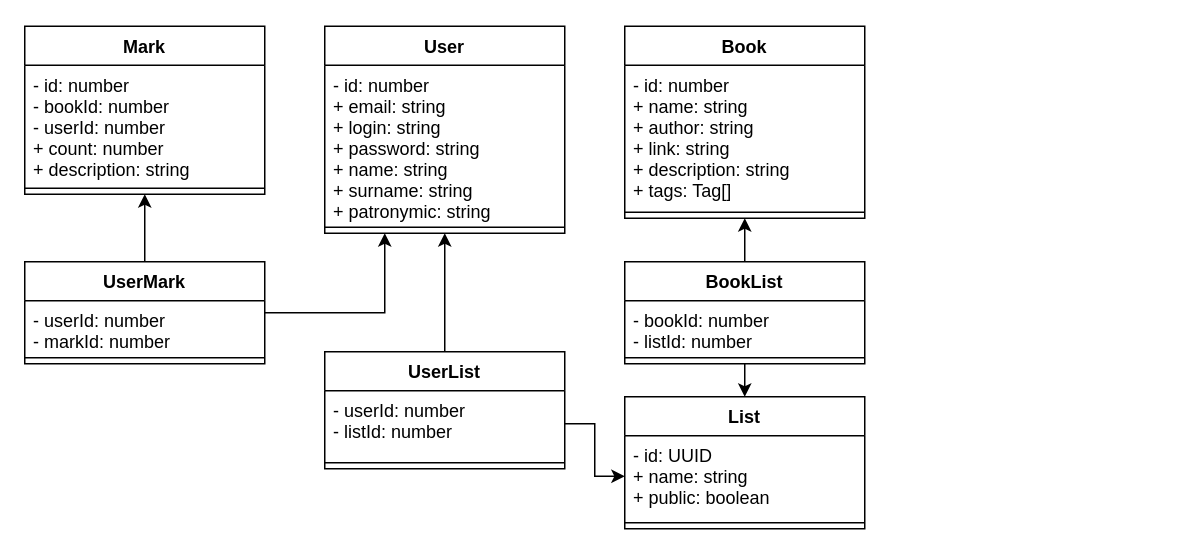
Above: classes.drawio in EugeneMalin/bookme (draw.io), before the change. Source tidied: cells renumbered, new cells numbered last; positions are measured from the earlier drawing's top-left corner, leaving out a move shared by most shapes. Both pictures are drawn from the tidied source at 150%, with x=0, y=0 at pixel (24, 26).
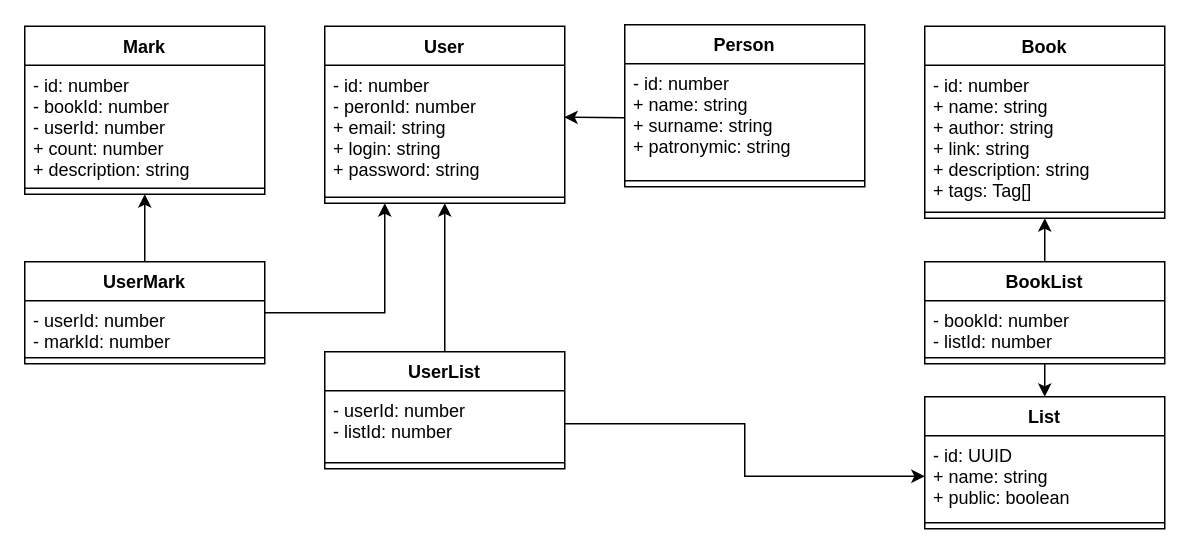
The same page after the edit.

Commit message:
Add person class

The edit, as a diff of the source:
```diff
@@
     <mxCell id="2" value="User" style="swimlane;fontStyle=1;align=center;verticalAlign=top;horizontal=1;startSize=26;" parent="1" vertex="1">
-      <mxGeometry x="200" width="160" height="138" as="geometry" />
+      <mxGeometry x="200" width="160" height="118" as="geometry" />
     </mxCell>
-    <mxCell id="3" value="- id: number&#10;+ email: string&#10;+ login: string&#10;+ password: string&#10;+ name: string&#10;+ surname: string&#10;+ patronymic: string&#10;" style="text;strokeColor=none;fillColor=none;align=left;verticalAlign=top;spacingLeft=4;spacingRight=4;overflow=hidden;points=[[0,0.5],[1,0.5]];portConstraint=eastwest;" parent="2" vertex="1">
-      <mxGeometry y="26" width="160" height="104" as="geometry" />
+    <mxCell id="3" value="- id: number&#10;- peronId: number&#10;+ email: string&#10;+ login: string&#10;+ password: string" style="text;strokeColor=none;fillColor=none;align=left;verticalAlign=top;spacingLeft=4;spacingRight=4;overflow=hidden;points=[[0,0.5],[1,0.5]];portConstraint=eastwest;" parent="2" vertex="1">
+      <mxGeometry y="26" width="160" height="84" as="geometry" />
     </mxCell>
     <mxCell id="4" style="line;strokeWidth=1;fillColor=none;align=left;verticalAlign=middle;spacingTop=-1;spacingLeft=3;spacingRight=3;labelPosition=right;" parent="2" vertex="1">
-      <mxGeometry y="130" width="160" height="8" as="geometry" />
+      <mxGeometry y="110" width="160" height="8" as="geometry" />
     </mxCell>
     <mxCell id="5" value="Book" style="swimlane;fontStyle=1;align=center;verticalAlign=top;horizontal=1;startSize=26;" parent="1" vertex="1">
-      <mxGeometry x="400" width="160" height="128" as="geometry" />
+      <mxGeometry x="600" width="160" height="128" as="geometry" />
     </mxCell>
@@
     <mxCell id="11" value="List" style="swimlane;fontStyle=1;align=center;verticalAlign=top;horizontal=1;startSize=26;" parent="1" vertex="1">
-      <mxGeometry x="400" y="247" width="160" height="88" as="geometry" />
+      <mxGeometry x="600" y="247" width="160" height="88" as="geometry" />
     </mxCell>
@@
     <mxCell id="20" value="BookList" style="swimlane;fontStyle=1;align=center;verticalAlign=top;horizontal=1;startSize=26;" parent="1" vertex="1">
-      <mxGeometry x="400" y="157" width="160" height="68" as="geometry" />
+      <mxGeometry x="600" y="157" width="160" height="68" as="geometry" />
     </mxCell>
@@
+    <mxCell id="29" value="Person" style="swimlane;fontStyle=1;align=center;verticalAlign=top;horizontal=1;startSize=26;" parent="1" vertex="1">
+      <mxGeometry x="400" y="-1" width="160" height="108" as="geometry" />
+    </mxCell>
+    <mxCell id="30" value="- id: number&#10;+ name: string&#10;+ surname: string&#10;+ patronymic: string&#10;" style="text;strokeColor=none;fillColor=none;align=left;verticalAlign=top;spacingLeft=4;spacingRight=4;overflow=hidden;" parent="29" vertex="1">
+      <mxGeometry y="26" width="160" height="74" as="geometry" />
+    </mxCell>
+    <mxCell id="31" style="line;strokeWidth=1;fillColor=none;align=left;verticalAlign=middle;spacingTop=-1;spacingLeft=3;spacingRight=3;labelPosition=right;" parent="29" vertex="1">
+      <mxGeometry y="100" width="160" height="8" as="geometry" />
+    </mxCell>
+    <mxCell id="32" style="endArrow=classic;html=1;entryX=0.998;entryY=0.412;entryDx=0;entryDy=0;entryPerimeter=0;" parent="1" edge="1" target="3">
+      <mxGeometry relative="1" as="geometry">
+        <mxPoint x="400" y="61" as="sourcePoint" />
+      </mxGeometry>
+    </mxCell>
```
